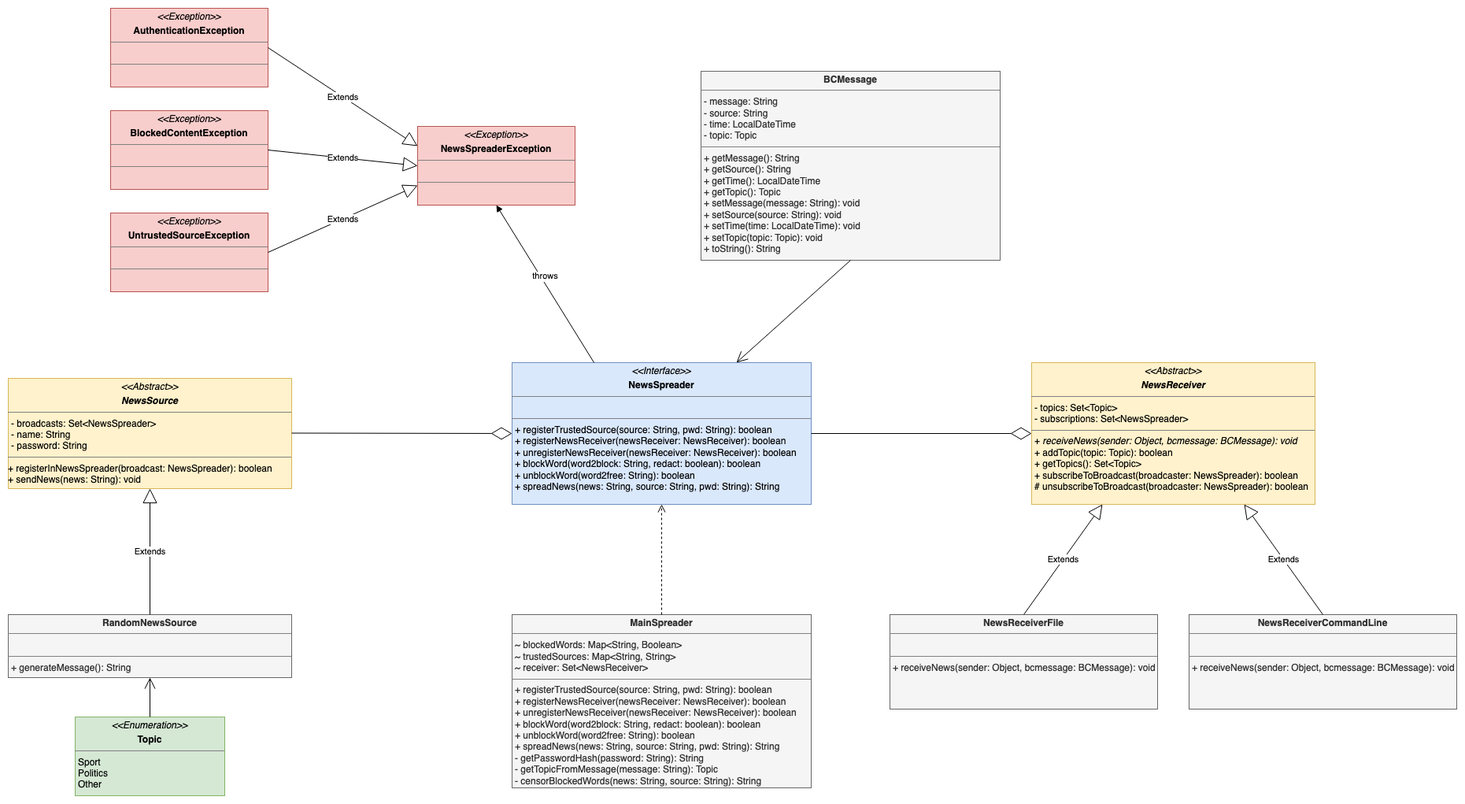
Earlier version of the draw.io export doc/observer/img/a6_uml.drawio.png (Johannes-Baischer/SE-Assignments). Source tidied: cells renumbered, new cells last; positions are measured from the earlier drawing's top-left corner, leaving out a move shared by most shapes.
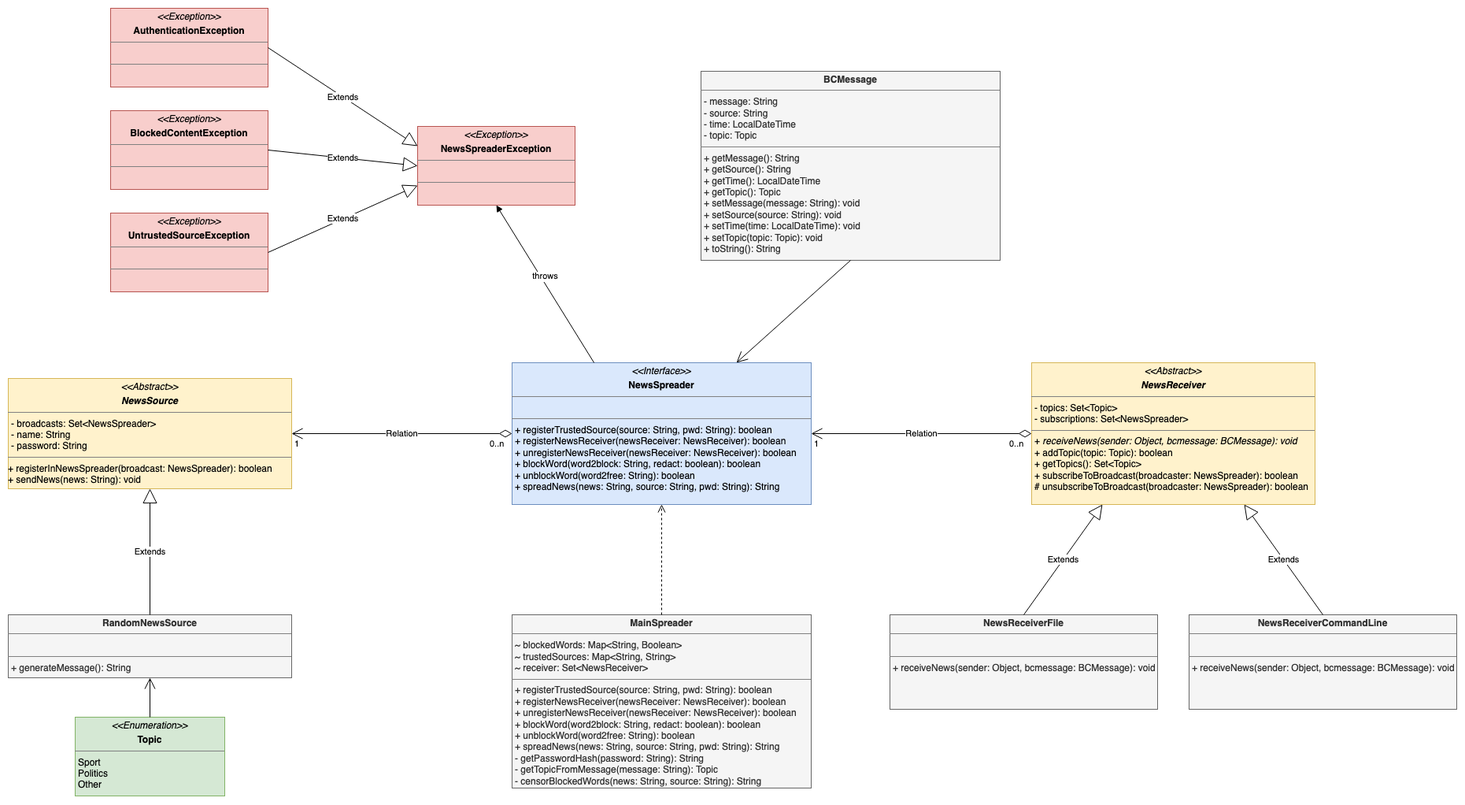
After the commit.

What changed in the source:
```diff
@@ -62,9 +62,6 @@
     <mxCell id="21" value="Extends" style="endArrow=block;endSize=16;endFill=0;html=1;rounded=0;exitX=0.5;exitY=0;exitDx=0;exitDy=0;" parent="1" edge="1" source="20" target="19">
       <mxGeometry relative="1" as="geometry" />
     </mxCell>
-    <mxCell id="22" style="endArrow=diamondThin;endFill=0;endSize=24;html=1;rounded=0;exitX=1;exitY=0.5;exitDx=0;exitDy=0;entryX=0;entryY=0.5;entryDx=0;entryDy=0;" parent="1" edge="1" source="14" target="9">
-      <mxGeometry relative="1" as="geometry" />
-    </mxCell>
     <mxCell id="23" style="endArrow=open;endFill=1;endSize=12;html=1;rounded=0;exitX=0.5;exitY=0;exitDx=0;exitDy=0;entryX=0.5;entryY=1;entryDx=0;entryDy=0;" parent="1" edge="1" source="17" target="20">
       <mxGeometry relative="1" as="geometry" />
     </mxCell>
@@ -74,11 +71,31 @@
     <mxCell id="25" style="endArrow=open;endFill=1;endSize=12;html=1;rounded=0;exitX=0.5;exitY=1;exitDx=0;exitDy=0;entryX=0.75;entryY=0;entryDx=0;entryDy=0;" parent="1" edge="1" source="18" target="14">
       <mxGeometry relative="1" as="geometry" />
     </mxCell>
-    <mxCell id="26" style="endArrow=diamondThin;endFill=0;endSize=24;html=1;rounded=0;exitX=1;exitY=0.5;exitDx=0;exitDy=0;" parent="1" edge="1">
-      <mxGeometry relative="1" as="geometry">
-        <mxPoint x="360" y="539.5" as="sourcePoint" />
-        <mxPoint x="640" y="540" as="targetPoint" />
-      </mxGeometry>
-    </mxCell>
+    <mxCell id="27" value="Relation" style="endArrow=open;html=1;endSize=12;startArrow=diamondThin;startSize=14;startFill=0;edgeStyle=orthogonalEdgeStyle;rounded=0;entryX=1;entryY=0.5;entryDx=0;entryDy=0;exitX=0;exitY=0.5;exitDx=0;exitDy=0;" parent="1" edge="1" source="14" target="19">
+      <mxGeometry relative="1" as="geometry" />
+    </mxCell>
+    <mxCell id="28" value="0..n" style="edgeLabel;html=1;align=left;verticalAlign=top;" parent="27" vertex="1">
+      <mxGeometry x="-1" relative="1" as="geometry">
+        <mxPoint x="-30" as="offset" />
+      </mxGeometry>
+    </mxCell>
+    <mxCell id="29" value="1" style="edgeLabel;html=1;align=right;verticalAlign=top;" parent="27" vertex="1">
+      <mxGeometry x="1" relative="1" as="geometry">
+        <mxPoint x="10" as="offset" />
+      </mxGeometry>
+    </mxCell>
+    <mxCell id="30" value="Relation" style="endArrow=open;html=1;endSize=12;startArrow=diamondThin;startSize=14;startFill=0;edgeStyle=orthogonalEdgeStyle;rounded=0;entryX=1;entryY=0.5;entryDx=0;entryDy=0;exitX=0;exitY=0.5;exitDx=0;exitDy=0;" parent="1" edge="1" source="9" target="14">
+      <mxGeometry relative="1" as="geometry" />
+    </mxCell>
+    <mxCell id="31" value="0..n" style="edgeLabel;html=1;align=left;verticalAlign=top;" parent="30" vertex="1">
+      <mxGeometry x="-1" relative="1" as="geometry">
+        <mxPoint x="-30" as="offset" />
+      </mxGeometry>
+    </mxCell>
+    <mxCell id="32" value="1" style="edgeLabel;html=1;align=right;verticalAlign=top;" parent="30" vertex="1">
+      <mxGeometry x="1" relative="1" as="geometry">
+        <mxPoint x="10" as="offset" />
+      </mxGeometry>
+    </mxCell>
   </root>
 </mxGraphModel>
```
